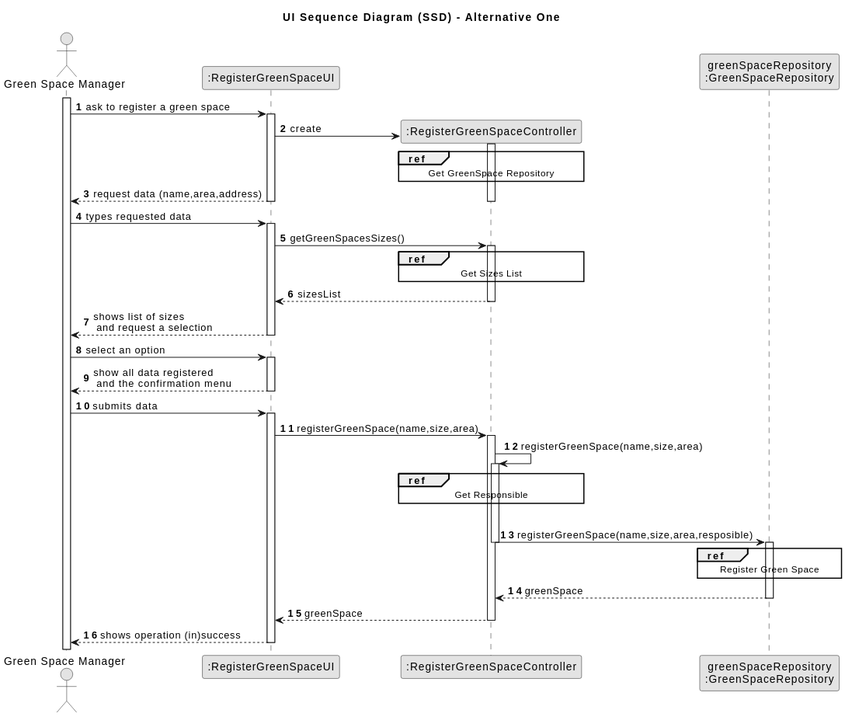
SAEmanuel/Green_Spaces_Management_ISEP keeps this PlantUML diagram as docs/sprintC/us020/03.design/svg/us020-sequence-diagram-split.svg. Above is the earlier version.
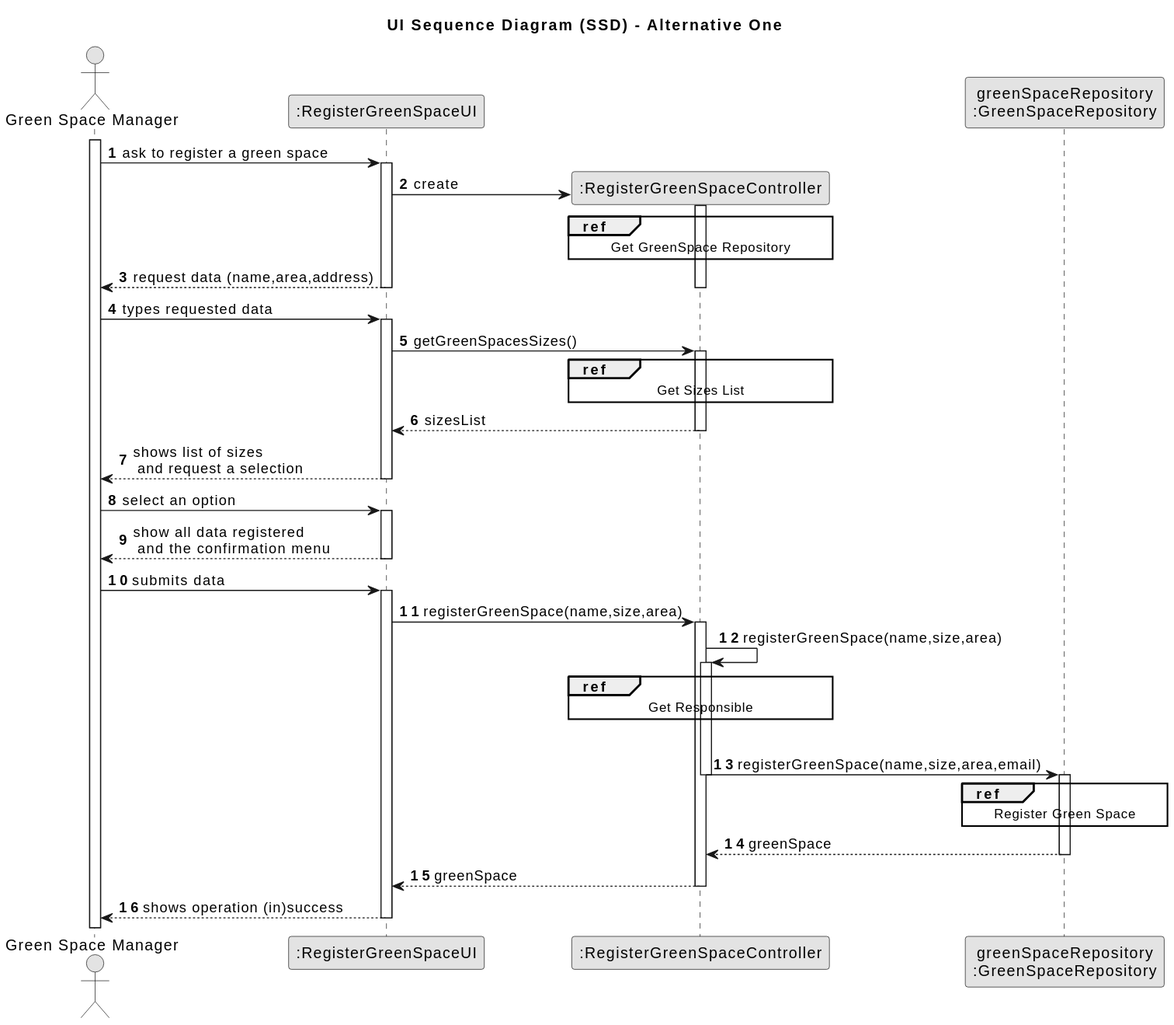
The same file after the commit.

Diff of the diagram source:
```diff
@@ -73,7 +73,7 @@
       end
     |||
 
-            CTRL -> greenSpaceRepository : registerGreenSpace(name,size,area,resposible)
+            CTRL -> greenSpaceRepository : registerGreenSpace(name,size,area,email)
 deactivate CTRL
     activate greenSpaceRepository
 
```
